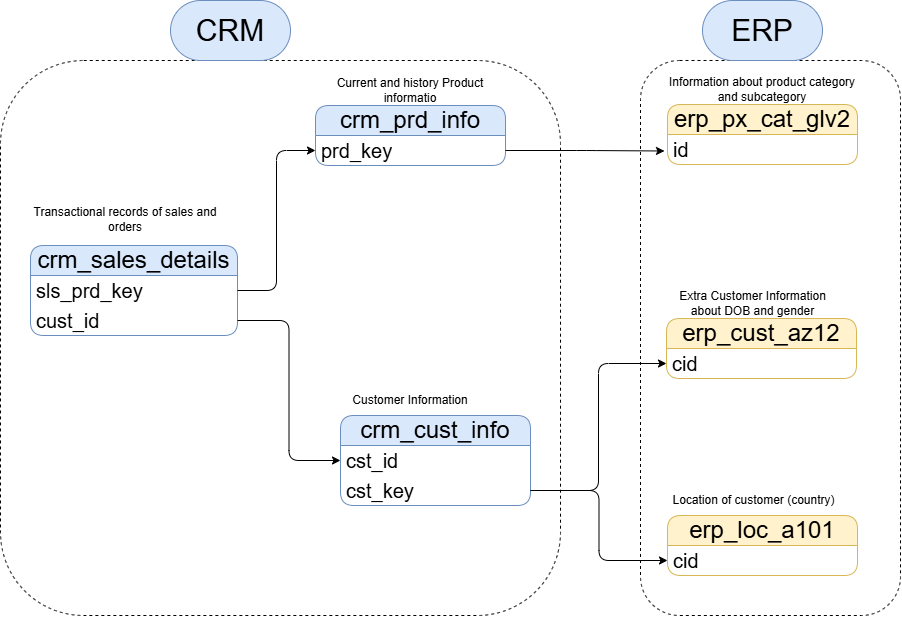
Above: docs/data_integration_model.png in ArjunBaruwa/sql_data_warehous-project (draw.io), before the change. Source tidied: cells renumbered, new cells last; positions are measured from the earlier drawing's top-left corner, leaving out a move shared by most shapes. The source it was exported from:
```xml
<mxGraphModel>
  <root>
    <mxCell id="0" />
    <mxCell id="1" parent="0" />
    <mxCell id="2" style="rounded=1;whiteSpace=wrap;html=1;roundedPerimeter=1;fillColor=none;dashed=1;" parent="1" vertex="1">
      <mxGeometry y="60" width="560" height="555" as="geometry" />
    </mxCell>
    <mxCell id="3" style="rounded=1;whiteSpace=wrap;html=1;roundedPerimeter=1;fillColor=none;dashed=1;" parent="1" vertex="1">
      <mxGeometry x="640" y="60" width="260" height="555" as="geometry" />
    </mxCell>
    <mxCell id="4" value="crm_cust_info" style="swimlane;fontStyle=0;horizontal=1;startSize=30;whiteSpace=wrap;html=1;fontSize=24;perimeterSpacing=3;rounded=1;roundedPerimeter=1;fillColor=#dae8fc;strokeColor=#6c8ebf;" parent="1" vertex="1">
      <mxGeometry x="340" y="415" width="190" height="90" as="geometry" />
    </mxCell>
    <mxCell id="5" value="cst_id" style="text;strokeColor=none;fillColor=none;align=left;verticalAlign=middle;spacingLeft=4;spacingRight=4;overflow=hidden;points=[[0,0.5],[1,0.5]];portConstraint=eastwest;whiteSpace=wrap;html=1;fontSize=20;rounded=1;roundedPerimeter=1;" parent="4" vertex="1">
      <mxGeometry y="30" width="190" height="30" as="geometry" />
    </mxCell>
    <mxCell id="6" value="cst_key" style="text;strokeColor=none;fillColor=none;align=left;verticalAlign=middle;spacingLeft=4;spacingRight=4;overflow=hidden;points=[[0,0.5],[1,0.5]];portConstraint=eastwest;whiteSpace=wrap;html=1;fontSize=20;rounded=1;roundedPerimeter=1;" parent="4" vertex="1">
      <mxGeometry y="60" width="190" height="30" as="geometry" />
    </mxCell>
    <mxCell id="7" value="Customer Information" style="text;html=1;whiteSpace=wrap;strokeColor=none;fillColor=none;align=center;verticalAlign=middle;rounded=0;" parent="1" vertex="1">
      <mxGeometry x="340" y="385" width="140" height="30" as="geometry" />
    </mxCell>
    <mxCell id="8" value="crm_prd_info" style="swimlane;fontStyle=0;horizontal=1;startSize=30;whiteSpace=wrap;html=1;fontSize=24;perimeterSpacing=3;rounded=1;roundedPerimeter=1;fillColor=#dae8fc;strokeColor=#6c8ebf;" parent="1" vertex="1">
      <mxGeometry x="315" y="105" width="190" height="60" as="geometry" />
    </mxCell>
    <mxCell id="9" value="prd_key" style="text;strokeColor=none;fillColor=none;align=left;verticalAlign=middle;spacingLeft=4;spacingRight=4;overflow=hidden;points=[[0,0.5],[1,0.5]];portConstraint=eastwest;whiteSpace=wrap;html=1;fontSize=20;rounded=1;roundedPerimeter=1;" parent="8" vertex="1">
      <mxGeometry y="30" width="190" height="30" as="geometry" />
    </mxCell>
    <mxCell id="10" value="Current and history Product informatio" style="text;html=1;whiteSpace=wrap;strokeColor=none;fillColor=none;align=center;verticalAlign=middle;rounded=0;" parent="1" vertex="1">
      <mxGeometry x="315" y="75" width="190" height="30" as="geometry" />
    </mxCell>
    <mxCell id="11" value="crm_sales_details" style="swimlane;fontStyle=0;horizontal=1;startSize=30;whiteSpace=wrap;html=1;fontSize=24;perimeterSpacing=3;rounded=1;roundedPerimeter=1;fillColor=#dae8fc;strokeColor=#6c8ebf;" parent="1" vertex="1">
      <mxGeometry x="30" y="245" width="207" height="90" as="geometry" />
    </mxCell>
    <mxCell id="12" value="&lt;div&gt;sls_prd_key&lt;/div&gt;" style="text;strokeColor=none;fillColor=none;align=left;verticalAlign=middle;spacingLeft=4;spacingRight=4;overflow=hidden;points=[[0,0.5],[1,0.5]];portConstraint=eastwest;whiteSpace=wrap;html=1;fontSize=20;rounded=1;roundedPerimeter=1;" parent="11" vertex="1">
      <mxGeometry y="30" width="207" height="30" as="geometry" />
    </mxCell>
    <mxCell id="13" value="cust_id" style="text;strokeColor=none;fillColor=none;align=left;verticalAlign=middle;spacingLeft=4;spacingRight=4;overflow=hidden;points=[[0,0.5],[1,0.5]];portConstraint=eastwest;whiteSpace=wrap;html=1;fontSize=20;rounded=1;roundedPerimeter=1;" parent="11" vertex="1">
      <mxGeometry y="60" width="207" height="30" as="geometry" />
    </mxCell>
    <mxCell id="14" value="Transactional records of sales and orders" style="text;html=1;whiteSpace=wrap;strokeColor=none;fillColor=none;align=center;verticalAlign=middle;rounded=0;" parent="1" vertex="1">
      <mxGeometry x="30" y="204" width="190" height="30" as="geometry" />
    </mxCell>
    <mxCell id="15" style="edgeStyle=orthogonalEdgeStyle;rounded=1;jettySize=auto;html=1;entryX=0;entryY=0.5;entryDx=0;entryDy=0;" parent="1" edge="1" source="12" target="9">
      <mxGeometry relative="1" as="geometry" />
    </mxCell>
    <mxCell id="16" style="edgeStyle=orthogonalEdgeStyle;rounded=1;jettySize=auto;html=1;entryX=0;entryY=0.5;entryDx=0;entryDy=0;" parent="1" edge="1" source="13" target="5">
      <mxGeometry relative="1" as="geometry" />
    </mxCell>
    <mxCell id="17" value="erp_cust_az12" style="swimlane;fontStyle=0;horizontal=1;startSize=30;whiteSpace=wrap;html=1;fontSize=24;perimeterSpacing=3;rounded=1;roundedPerimeter=1;fillColor=#fff2cc;strokeColor=#d6b656;" parent="1" vertex="1">
      <mxGeometry x="666" y="318" width="190" height="60" as="geometry" />
    </mxCell>
    <mxCell id="18" value="cid" style="text;strokeColor=none;fillColor=none;align=left;verticalAlign=middle;spacingLeft=4;spacingRight=4;overflow=hidden;points=[[0,0.5],[1,0.5]];portConstraint=eastwest;whiteSpace=wrap;html=1;fontSize=20;rounded=1;roundedPerimeter=1;" parent="17" vertex="1">
      <mxGeometry y="30" width="190" height="30" as="geometry" />
    </mxCell>
    <mxCell id="19" value="Extra Customer Information about DOB and gender" style="text;html=1;whiteSpace=wrap;strokeColor=none;fillColor=none;align=center;verticalAlign=middle;rounded=0;" parent="1" vertex="1">
      <mxGeometry x="666" y="288" width="173" height="30" as="geometry" />
    </mxCell>
    <mxCell id="20" value="erp_loc_a101" style="swimlane;fontStyle=0;horizontal=1;startSize=30;whiteSpace=wrap;html=1;fontSize=24;perimeterSpacing=3;rounded=1;roundedPerimeter=1;fillColor=#fff2cc;strokeColor=#d6b656;" parent="1" vertex="1">
      <mxGeometry x="667" y="515" width="190" height="60" as="geometry" />
    </mxCell>
    <mxCell id="21" value="cid" style="text;strokeColor=none;fillColor=none;align=left;verticalAlign=middle;spacingLeft=4;spacingRight=4;overflow=hidden;points=[[0,0.5],[1,0.5]];portConstraint=eastwest;whiteSpace=wrap;html=1;fontSize=20;rounded=1;roundedPerimeter=1;" parent="20" vertex="1">
      <mxGeometry y="30" width="190" height="30" as="geometry" />
    </mxCell>
    <mxCell id="22" value="Location of customer (country)" style="text;html=1;whiteSpace=wrap;strokeColor=none;fillColor=none;align=center;verticalAlign=middle;rounded=0;" parent="1" vertex="1">
      <mxGeometry x="667" y="485" width="173" height="30" as="geometry" />
    </mxCell>
    <mxCell id="23" style="edgeStyle=orthogonalEdgeStyle;rounded=1;jettySize=auto;html=1;entryX=0;entryY=0.5;entryDx=0;entryDy=0;" parent="1" edge="1" source="6" target="18">
      <mxGeometry relative="1" as="geometry" />
    </mxCell>
    <mxCell id="24" style="edgeStyle=orthogonalEdgeStyle;rounded=1;jettySize=auto;html=1;" parent="1" edge="1" source="6" target="21">
      <mxGeometry relative="1" as="geometry" />
    </mxCell>
    <mxCell id="25" value="erp_px_cat_glv2" style="swimlane;fontStyle=0;horizontal=1;startSize=30;whiteSpace=wrap;html=1;fontSize=24;perimeterSpacing=3;rounded=1;roundedPerimeter=1;fillColor=#fff2cc;strokeColor=#d6b656;" parent="1" vertex="1">
      <mxGeometry x="667" y="104" width="190" height="60" as="geometry" />
    </mxCell>
    <mxCell id="26" value="id" style="text;strokeColor=none;fillColor=none;align=left;verticalAlign=middle;spacingLeft=4;spacingRight=4;overflow=hidden;whiteSpace=wrap;html=1;fontSize=20;rounded=1;roundedPerimeter=1;" parent="25" vertex="1">
      <mxGeometry y="30" width="190" height="30" as="geometry" />
    </mxCell>
    <mxCell id="27" value="Information about product category and subcategory" style="text;html=1;whiteSpace=wrap;strokeColor=none;fillColor=none;align=center;verticalAlign=middle;rounded=0;" parent="1" vertex="1">
      <mxGeometry x="667" y="74" width="190" height="30" as="geometry" />
    </mxCell>
    <mxCell id="28" style="edgeStyle=orthogonalEdgeStyle;rounded=1;jettySize=auto;html=1;entryX=0;entryY=0.75;entryDx=0;entryDy=0;" parent="1" edge="1" source="9" target="25">
      <mxGeometry relative="1" as="geometry" />
    </mxCell>
    <mxCell id="29" value="&lt;font style=&quot;font-size: 30px;&quot;&gt;CRM&lt;/font&gt;" style="rounded=1;whiteSpace=wrap;html=1;roundedPerimeter=1;fillColor=#dae8fc;strokeColor=#6c8ebf;arcSize=50;" parent="1" vertex="1">
      <mxGeometry x="170" width="120" height="60" as="geometry" />
    </mxCell>
    <mxCell id="30" value="&lt;font style=&quot;font-size: 30px;&quot;&gt;ERP&lt;/font&gt;" style="rounded=1;whiteSpace=wrap;html=1;roundedPerimeter=1;fillColor=#dae8fc;strokeColor=#6c8ebf;arcSize=50;" parent="1" vertex="1">
      <mxGeometry x="702" width="120" height="60" as="geometry" />
    </mxCell>
  </root>
</mxGraphModel>
```
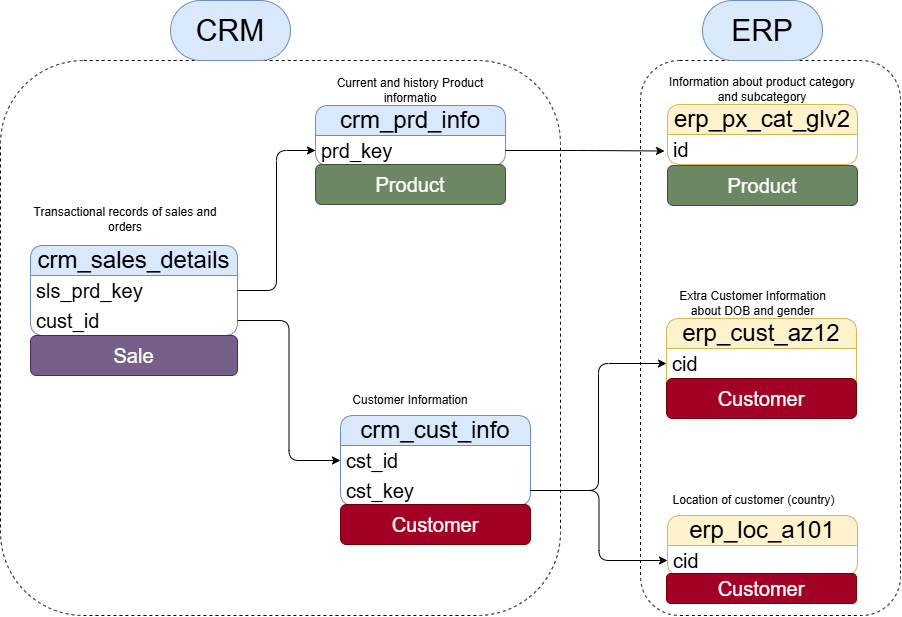
After the commit.

Change to the diagram source:
```diff
@@ -48,11 +48,14 @@
       <mxGeometry relative="1" as="geometry" />
     </mxCell>
     <mxCell id="17" value="erp_cust_az12" style="swimlane;fontStyle=0;horizontal=1;startSize=30;whiteSpace=wrap;html=1;fontSize=24;perimeterSpacing=3;rounded=1;roundedPerimeter=1;fillColor=#fff2cc;strokeColor=#d6b656;" parent="1" vertex="1">
-      <mxGeometry x="666" y="318" width="190" height="60" as="geometry" />
+      <mxGeometry x="666" y="318" width="190" height="100" as="geometry" />
     </mxCell>
     <mxCell id="18" value="cid" style="text;strokeColor=none;fillColor=none;align=left;verticalAlign=middle;spacingLeft=4;spacingRight=4;overflow=hidden;points=[[0,0.5],[1,0.5]];portConstraint=eastwest;whiteSpace=wrap;html=1;fontSize=20;rounded=1;roundedPerimeter=1;" parent="17" vertex="1">
       <mxGeometry y="30" width="190" height="30" as="geometry" />
     </mxCell>
+    <mxCell id="31" value="&lt;font style=&quot;font-size: 20px;&quot;&gt;Customer&lt;/font&gt;" style="rounded=1;whiteSpace=wrap;html=1;roundedPerimeter=1;fillColor=#a20025;fontColor=#ffffff;strokeColor=#6F0000;" parent="17" vertex="1">
+      <mxGeometry y="60" width="190" height="40" as="geometry" />
+    </mxCell>
     <mxCell id="19" value="Extra Customer Information about DOB and gender" style="text;html=1;whiteSpace=wrap;strokeColor=none;fillColor=none;align=center;verticalAlign=middle;rounded=0;" parent="1" vertex="1">
       <mxGeometry x="666" y="288" width="173" height="30" as="geometry" />
     </mxCell>
@@ -89,5 +92,20 @@
     <mxCell id="30" value="&lt;font style=&quot;font-size: 30px;&quot;&gt;ERP&lt;/font&gt;" style="rounded=1;whiteSpace=wrap;html=1;roundedPerimeter=1;fillColor=#dae8fc;strokeColor=#6c8ebf;arcSize=50;" parent="1" vertex="1">
       <mxGeometry x="702" width="120" height="60" as="geometry" />
     </mxCell>
+    <mxCell id="32" value="&lt;font style=&quot;font-size: 20px;&quot;&gt;Customer&lt;/font&gt;" style="rounded=1;whiteSpace=wrap;html=1;roundedPerimeter=1;fillColor=#a20025;fontColor=#ffffff;strokeColor=#6F0000;" parent="1" vertex="1">
+      <mxGeometry x="340" y="504" width="190" height="40" as="geometry" />
+    </mxCell>
+    <mxCell id="33" value="&lt;font style=&quot;font-size: 20px;&quot;&gt;Customer&lt;/font&gt;" style="rounded=1;whiteSpace=wrap;html=1;roundedPerimeter=1;fillColor=#a20025;strokeColor=#6F0000;fontColor=#ffffff;" parent="1" vertex="1">
+      <mxGeometry x="666" y="573" width="190" height="30" as="geometry" />
+    </mxCell>
+    <mxCell id="34" value="&lt;font style=&quot;font-size: 20px;&quot;&gt;Product&lt;/font&gt;" style="rounded=1;whiteSpace=wrap;html=1;roundedPerimeter=1;fillColor=#6d8764;fontColor=#ffffff;strokeColor=#3A5431;" parent="1" vertex="1">
+      <mxGeometry x="315" y="164" width="190" height="40" as="geometry" />
+    </mxCell>
+    <mxCell id="35" value="&lt;font style=&quot;font-size: 20px;&quot;&gt;Product&lt;/font&gt;" style="rounded=1;whiteSpace=wrap;html=1;roundedPerimeter=1;fillColor=#6d8764;fontColor=#ffffff;strokeColor=#3A5431;" parent="1" vertex="1">
+      <mxGeometry x="667" y="165" width="190" height="40" as="geometry" />
+    </mxCell>
+    <mxCell id="36" value="&lt;font style=&quot;font-size: 20px;&quot;&gt;Sale&lt;/font&gt;" style="rounded=1;whiteSpace=wrap;html=1;roundedPerimeter=1;fillColor=#76608a;fontColor=#ffffff;strokeColor=#432D57;" parent="1" vertex="1">
+      <mxGeometry x="30" y="335" width="207" height="40" as="geometry" />
+    </mxCell>
   </root>
 </mxGraphModel>
```
